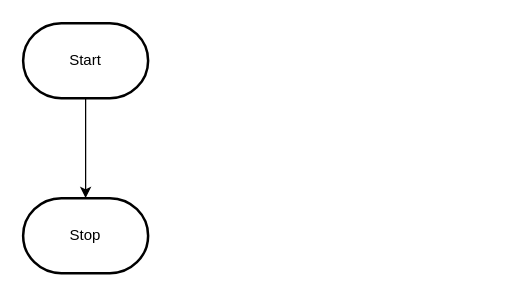
Earlier version of the draw.io diagram design/flowchart.drawio (MTHS-ICD2O-1-2023/ICD2O-Assignment-06-pablo-fiallos-granados). Source tidied: cells renumbered, new cells numbered last; positions are measured from the earlier drawing's top-left corner, leaving out a move shared by most shapes. Both pictures are drawn from the tidied source at 125%, with x=0, y=0 at pixel (22, 22).
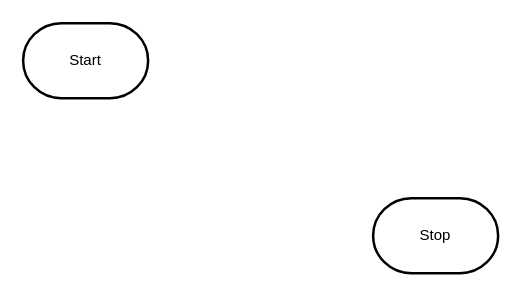
Above is the later version.

Diff of the diagram source:
```diff
@@
 <mxGraphModel>
   <root>
     <mxCell id="0" />
     <mxCell id="1" parent="0" />
-    <mxCell id="2" style="edgeStyle=orthogonalEdgeStyle;html=1;rounded=0;" parent="1" edge="1" source="3" target="4">
-      <mxGeometry relative="1" as="geometry" />
-    </mxCell>
     <mxCell id="3" value="Start" style="strokeWidth=2;html=1;shape=mxgraph.flowchart.terminator;whiteSpace=wrap;" parent="1" vertex="1">
       <mxGeometry width="100" height="60" as="geometry" />
     </mxCell>
     <mxCell id="4" value="Stop" style="strokeWidth=2;html=1;shape=mxgraph.flowchart.terminator;whiteSpace=wrap;" parent="1" vertex="1">
-      <mxGeometry y="140" width="100" height="60" as="geometry" />
+      <mxGeometry x="280" y="140" width="100" height="60" as="geometry" />
     </mxCell>
   </root>
 </mxGraphModel>
```
